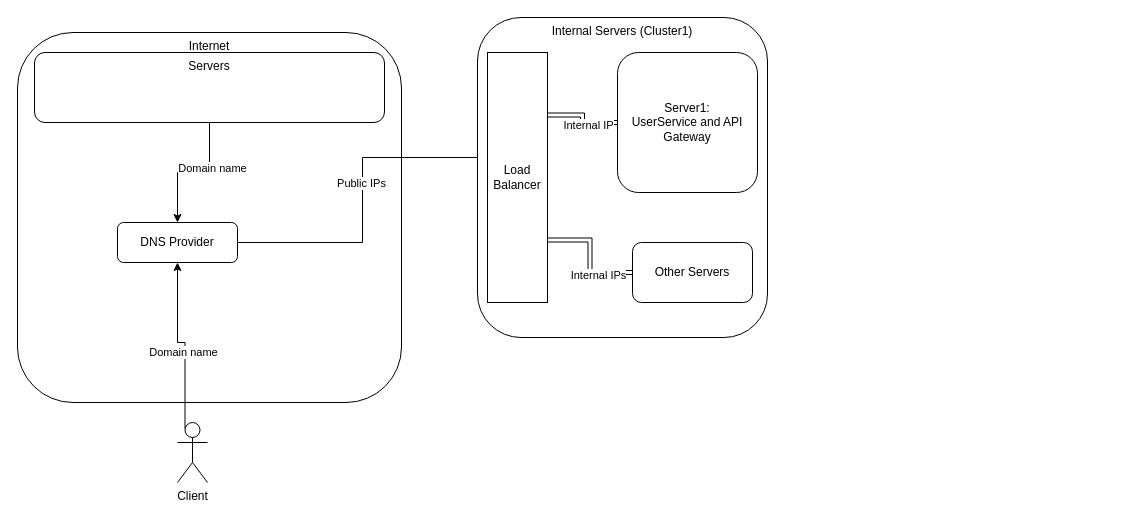
The draw.io diagram Untitled Diagram.drawio in longlt4/om-test, before the edit. Source tidied: cells renumbered, new cells numbered last; positions are measured from the earlier drawing's top-left corner, leaving out a move shared by most shapes. Both pictures are drawn from the tidied source at 100%, with x=0, y=0 at pixel (17, 17).
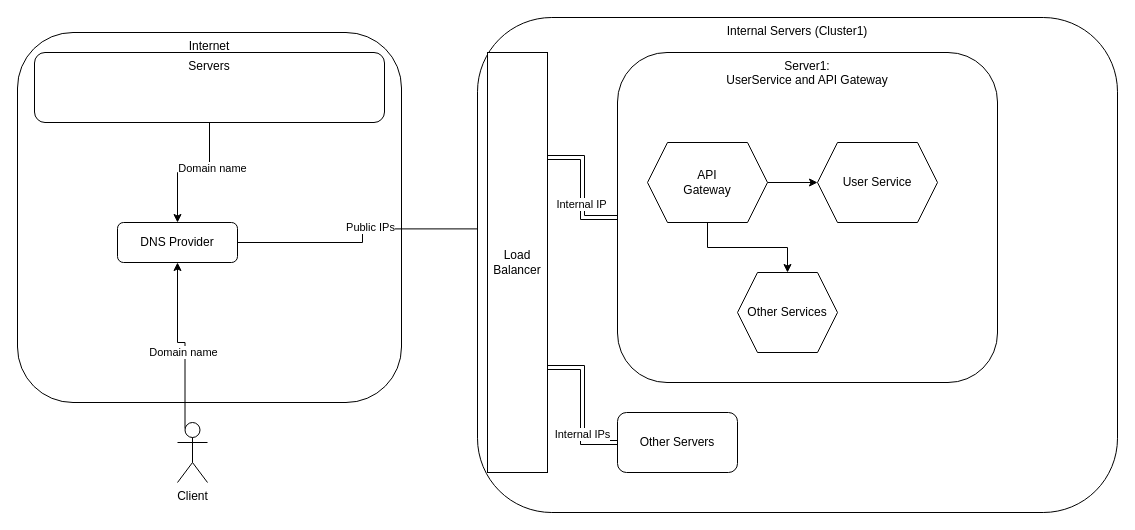
The same diagram, later.

Diff of the diagram source:
```diff
@@
     <mxCell id="9" value="Internal Servers (Cluster1)" style="rounded=1;whiteSpace=wrap;html=1;align=center;verticalAlign=top;" parent="1" vertex="1">
-      <mxGeometry x="460" width="290" height="320" as="geometry" />
+      <mxGeometry x="460" width="640" height="495" as="geometry" />
     </mxCell>
@@
     <mxCell id="14" value="&lt;div&gt;Load&lt;/div&gt;&lt;div&gt;Balancer&lt;br&gt;&lt;/div&gt;" style="rounded=0;whiteSpace=wrap;html=1;align=center;verticalAlign=middle;" parent="1" vertex="1">
-      <mxGeometry x="470" y="35" width="60" height="250" as="geometry" />
+      <mxGeometry x="470" y="35" width="60" height="420" as="geometry" />
     </mxCell>
@@
-    <mxCell id="18" value="&lt;div&gt;Server1:&lt;/div&gt;&lt;div&gt;UserService and API Gateway&lt;br&gt;&lt;/div&gt;" style="rounded=1;whiteSpace=wrap;html=1;align=center;verticalAlign=middle;" parent="1" vertex="1">
-      <mxGeometry x="600" y="35" width="140" height="140" as="geometry" />
+    <mxCell id="18" value="&lt;div&gt;Server1:&lt;/div&gt;&lt;div&gt;UserService and API Gateway&lt;br&gt;&lt;/div&gt;" style="rounded=1;whiteSpace=wrap;html=1;align=center;verticalAlign=top;" parent="1" vertex="1">
+      <mxGeometry x="600" y="35" width="380" height="330" as="geometry" />
     </mxCell>
     <mxCell id="19" value="Other Servers" style="rounded=1;whiteSpace=wrap;html=1;align=center;verticalAlign=middle;" parent="1" vertex="1">
-      <mxGeometry x="615" y="225" width="120" height="60" as="geometry" />
+      <mxGeometry x="600" y="395" width="120" height="60" as="geometry" />
     </mxCell>
+    <mxCell id="20" style="edgeStyle=orthogonalEdgeStyle;rounded=0;jettySize=auto;html=1;" parent="1" edge="1" source="22" target="23">
+      <mxGeometry relative="1" as="geometry" />
+    </mxCell>
+    <mxCell id="21" style="edgeStyle=orthogonalEdgeStyle;rounded=0;jettySize=auto;html=1;exitX=0.5;exitY=1;exitDx=0;exitDy=0;" parent="1" edge="1" source="22" target="24">
+      <mxGeometry relative="1" as="geometry" />
+    </mxCell>
+    <mxCell id="22" value="&lt;div&gt;API&lt;/div&gt;&lt;div&gt;Gateway&lt;br&gt;&lt;/div&gt;" style="shape=hexagon;perimeter=hexagonPerimeter2;whiteSpace=wrap;html=1;fixedSize=1;align=center;verticalAlign=middle;" parent="1" vertex="1">
+      <mxGeometry x="630" y="125" width="120" height="80" as="geometry" />
+    </mxCell>
+    <mxCell id="23" value="User Service" style="shape=hexagon;perimeter=hexagonPerimeter2;whiteSpace=wrap;html=1;fixedSize=1;align=center;verticalAlign=middle;" parent="1" vertex="1">
+      <mxGeometry x="800" y="125" width="120" height="80" as="geometry" />
+    </mxCell>
+    <mxCell id="24" value="Other Services" style="shape=hexagon;perimeter=hexagonPerimeter2;whiteSpace=wrap;html=1;fixedSize=1;align=center;verticalAlign=middle;" parent="1" vertex="1">
+      <mxGeometry x="720" y="255" width="100" height="80" as="geometry" />
+    </mxCell>
```
